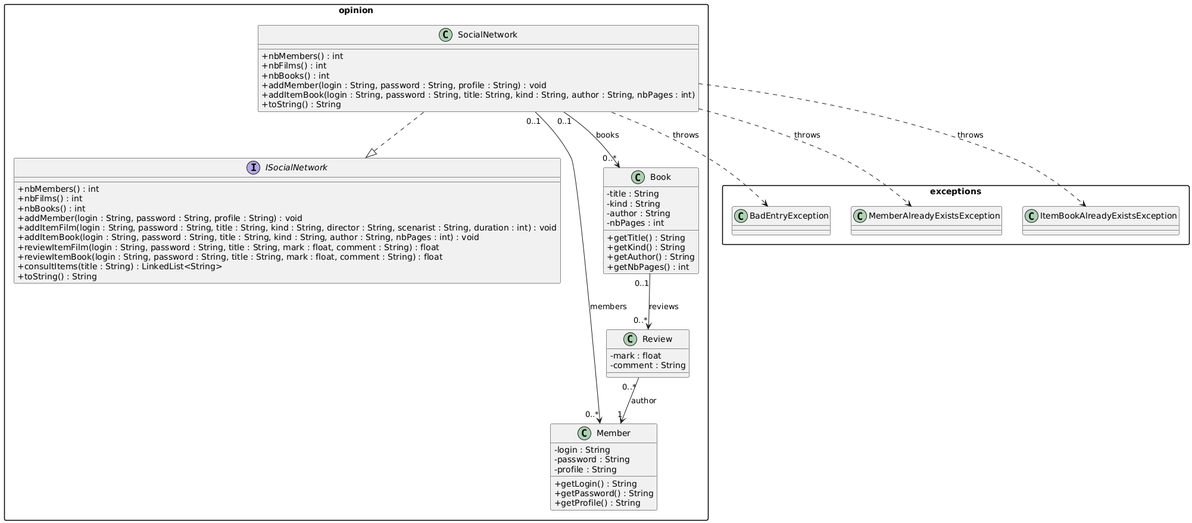
Earlier version of the PlantUML export uml/class_diagram/class_diagram.png (PetitPotam78/inf112). Its diagram source:
```plantuml
@startuml class_diagram

skinparam classAttributeIconSize 0
skinparam packageStyle rectangle

package "opinion" {

    interface ISocialNetwork {
        + nbMembers() : int
        + nbFilms() : int
        + nbBooks() : int
        + addMember(login : String, password : String, profile : String) : void
        + addItemFilm(login : String, password : String, title : String, kind : String, director : String, scenarist : String, duration : int) : void
        + addItemBook(login : String, password : String, title : String, kind : String, author : String, nbPages : int) : void
        + reviewItemFilm(login : String, password : String, title : String, mark : float, comment : String) : float
        + reviewItemBook(login : String, password : String, title : String, mark : float, comment : String) : float
        + consultItems(title : String) : LinkedList<String>
        + toString() : String
    }

    class SocialNetwork {
        + nbMembers() : int
        + nbFilms() : int
        + nbBooks() : int
        + addMember(login : String, password : String, profile : String) : void
        + addItemBook(login : String, password : String, title: String, kind : String, author : String, nbPages : int)
        + toString() : String
    }

    class Member {
        - login : String
        - password : String
        - profile : String
        + getLogin() : String
        + getPassword() : String
        + getProfile() : String
    }

    class Book {
        - title : String
        - kind : String
        - author : String
        - nbPages : int
        + getTitle() : String
        + getKind() : String
        + getAuthor() : String
        + getNbPages() : int
    }

    class Review {
        - mark : float
        - comment : String
    }

}

package "exceptions" {
    class BadEntryException
    class MemberAlreadyExistsException
    class ItemBookAlreadyExistsException
}

SocialNetwork ..|> ISocialNetwork
SocialNetwork "0..1" --> "0..*" Member : members
SocialNetwork "0..1" --> "0..*" Book : books

Book "0..1" --> "0..*" Review : reviews

Review "0..*" --> "1" Member : author

SocialNetwork ..> BadEntryException : throws
SocialNetwork ..> MemberAlreadyExistsException : throws
SocialNetwork ..> ItemBookAlreadyExistsException : throws

@enduml
```
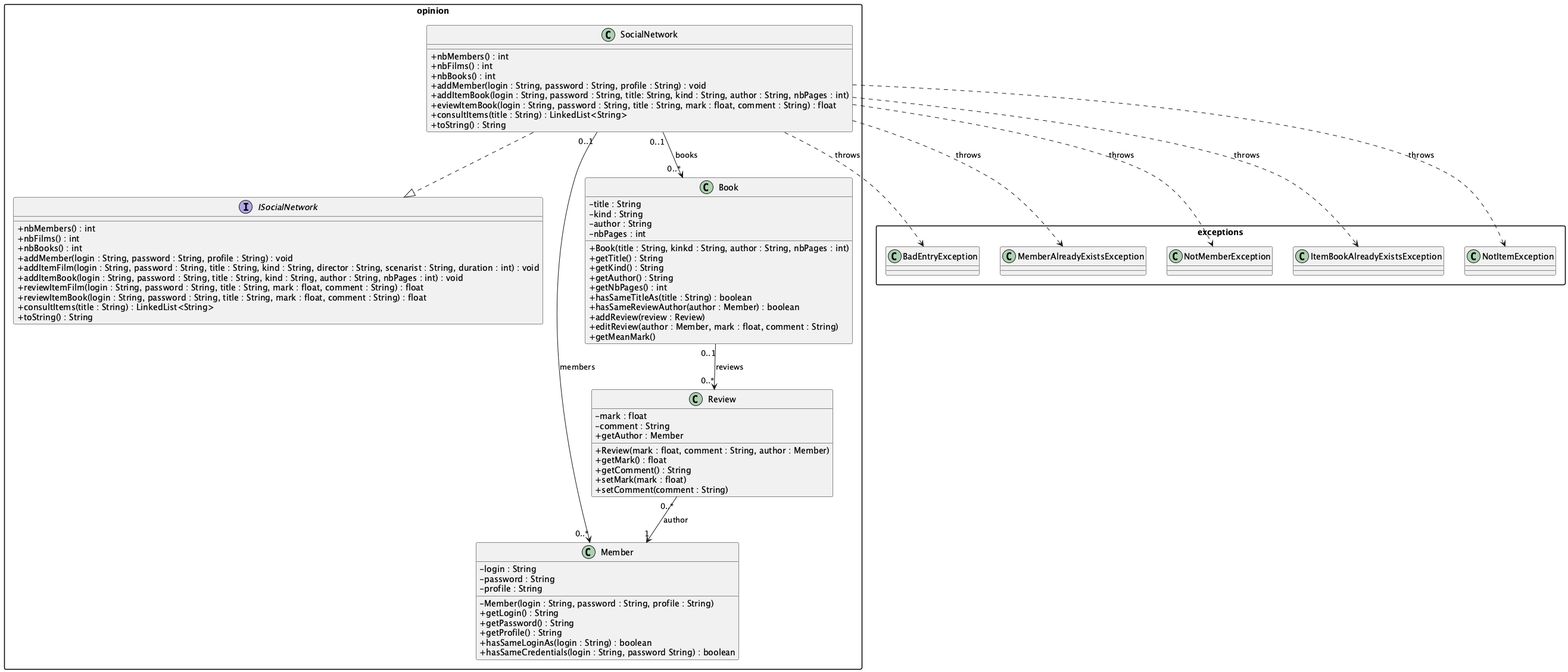
After the commit.

Diff of the diagram source:
```diff
@@ -24,6 +24,8 @@
         + nbBooks() : int
         + addMember(login : String, password : String, profile : String) : void
         + addItemBook(login : String, password : String, title: String, kind : String, author : String, nbPages : int)
+        + eviewItemBook(login : String, password : String, title : String, mark : float, comment : String) : float
+        + consultItems(title : String) : LinkedList<String>
         + toString() : String
     }
 
@@ -31,9 +33,12 @@
         - login : String
         - password : String
         - profile : String
+        - Member(login : String, password : String, profile : String)
         + getLogin() : String
         + getPassword() : String
         + getProfile() : String
+        + hasSameLoginAs(login : String) : boolean
+        + hasSameCredentials(login : String, password String) : boolean
     }
 
     class Book {
@@ -41,15 +46,29 @@
         - kind : String
         - author : String
         - nbPages : int
+        + Book(title : String, kinkd : String, author : String, nbPages : int)
         + getTitle() : String
         + getKind() : String
         + getAuthor() : String
         + getNbPages() : int
+        + hasSameTitleAs(title : String) : boolean
+        + hasSameReviewAuthor(author : Member) : boolean
+        + addReview(review : Review)
+        + editReview(author : Member, mark : float, comment : String)
+        + getMeanMark()
     }
 
     class Review {
         - mark : float
         - comment : String
+        + Review(mark : float, comment : String, author : Member)
+        + getMark() : float
+        + getComment() : String
+        + getAuthor : Member
+        + setMark(mark : float)
+        + setComment(comment : String)
+
+
     }
 
 }
@@ -57,7 +76,9 @@
 package "exceptions" {
     class BadEntryException
     class MemberAlreadyExistsException
+    class NotMemberException
     class ItemBookAlreadyExistsException
+    class NotItemException
 }
 
 SocialNetwork ..|> ISocialNetwork
@@ -70,6 +91,8 @@
 
 SocialNetwork ..> BadEntryException : throws
 SocialNetwork ..> MemberAlreadyExistsException : throws
+SocialNetwork ..> NotMemberException : throws
 SocialNetwork ..> ItemBookAlreadyExistsException : throws
+SocialNetwork ..> NotItemException : throws
 
 @enduml
```
